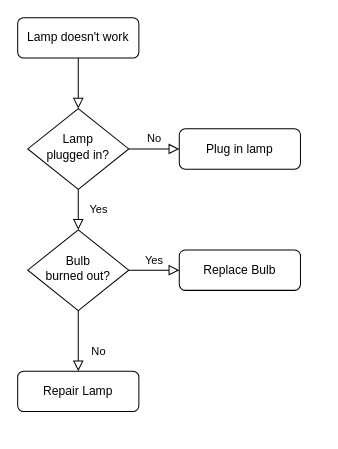
AbuSafwan1/Pygame keeps this draw.io diagram as Untitled Diagram.drawio. Above is the earlier version. Source tidied: cells renumbered, new cells numbered last; positions are measured from the earlier drawing's top-left corner, leaving out a move shared by most shapes. Both pictures are drawn from the tidied source at 101%, with x=0, y=0 at pixel (17, 17).
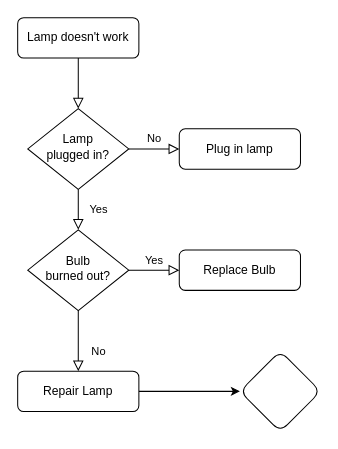
The same page after the edit.

Diff of the diagram source:
```diff
@@
 <mxGraphModel>
   <root>
     <mxCell id="0" />
     <mxCell id="1" parent="0" />
     <mxCell id="2" style="rounded=0;html=1;jettySize=auto;fontSize=11;endArrow=block;endFill=0;endSize=8;strokeWidth=1;shadow=0;labelBackgroundColor=none;edgeStyle=orthogonalEdgeStyle;" parent="1" edge="1" source="3" target="6">
       <mxGeometry relative="1" as="geometry" />
     </mxCell>
     <mxCell id="3" value="Lamp doesn't work" style="rounded=1;whiteSpace=wrap;html=1;fontSize=12;glass=0;strokeWidth=1;shadow=0;" parent="1" vertex="1">
       <mxGeometry width="120" height="40" as="geometry" />
     </mxCell>
     <mxCell id="4" value="Yes" style="rounded=0;html=1;jettySize=auto;fontSize=11;endArrow=block;endFill=0;endSize=8;strokeWidth=1;shadow=0;labelBackgroundColor=none;edgeStyle=orthogonalEdgeStyle;" parent="1" edge="1" source="6" target="10">
       <mxGeometry y="20" relative="1" as="geometry" />
     </mxCell>
     <mxCell id="5" value="No" style="edgeStyle=orthogonalEdgeStyle;rounded=0;html=1;jettySize=auto;fontSize=11;endArrow=block;endFill=0;endSize=8;strokeWidth=1;shadow=0;labelBackgroundColor=none;" parent="1" edge="1" source="6" target="7">
       <mxGeometry y="10" relative="1" as="geometry" />
     </mxCell>
     <mxCell id="6" value="Lamp&lt;br&gt;plugged in?" style="rhombus;whiteSpace=wrap;html=1;shadow=0;fontFamily=Helvetica;fontSize=12;align=center;strokeWidth=1;spacing=6;spacingTop=-4;" parent="1" vertex="1">
       <mxGeometry x="10" y="90" width="100" height="80" as="geometry" />
     </mxCell>
     <mxCell id="7" value="Plug in lamp" style="rounded=1;whiteSpace=wrap;html=1;fontSize=12;glass=0;strokeWidth=1;shadow=0;" parent="1" vertex="1">
       <mxGeometry x="160" y="110" width="120" height="40" as="geometry" />
     </mxCell>
     <mxCell id="8" value="No" style="rounded=0;html=1;jettySize=auto;fontSize=11;endArrow=block;endFill=0;endSize=8;strokeWidth=1;shadow=0;labelBackgroundColor=none;edgeStyle=orthogonalEdgeStyle;" parent="1" edge="1" source="10" target="11">
       <mxGeometry x="0.33" y="20" relative="1" as="geometry" />
     </mxCell>
     <mxCell id="9" value="Yes" style="edgeStyle=orthogonalEdgeStyle;rounded=0;html=1;jettySize=auto;fontSize=11;endArrow=block;endFill=0;endSize=8;strokeWidth=1;shadow=0;labelBackgroundColor=none;" parent="1" edge="1" source="10" target="12">
       <mxGeometry y="10" relative="1" as="geometry" />
     </mxCell>
     <mxCell id="10" value="Bulb&lt;br&gt;burned out?" style="rhombus;whiteSpace=wrap;html=1;shadow=0;fontFamily=Helvetica;fontSize=12;align=center;strokeWidth=1;spacing=6;spacingTop=-4;" parent="1" vertex="1">
       <mxGeometry x="10" y="210" width="100" height="80" as="geometry" />
     </mxCell>
+    <mxCell id="13" style="edgeStyle=orthogonalEdgeStyle;rounded=0;jettySize=auto;html=1;" parent="1" edge="1" source="11" target="14">
+      <mxGeometry relative="1" as="geometry" />
+    </mxCell>
     <mxCell id="11" value="Repair Lamp" style="rounded=1;whiteSpace=wrap;html=1;fontSize=12;glass=0;strokeWidth=1;shadow=0;" parent="1" vertex="1">
       <mxGeometry y="350" width="120" height="40" as="geometry" />
     </mxCell>
     <mxCell id="12" value="Replace Bulb" style="rounded=1;whiteSpace=wrap;html=1;fontSize=12;glass=0;strokeWidth=1;shadow=0;" parent="1" vertex="1">
       <mxGeometry x="160" y="230" width="120" height="40" as="geometry" />
     </mxCell>
+    <mxCell id="14" style="rhombus;whiteSpace=wrap;html=1;rounded=1;glass=0;strokeWidth=1;shadow=0;" parent="1" vertex="1">
+      <mxGeometry x="220" y="330" width="80" height="80" as="geometry" />
+    </mxCell>
   </root>
 </mxGraphModel>
```
